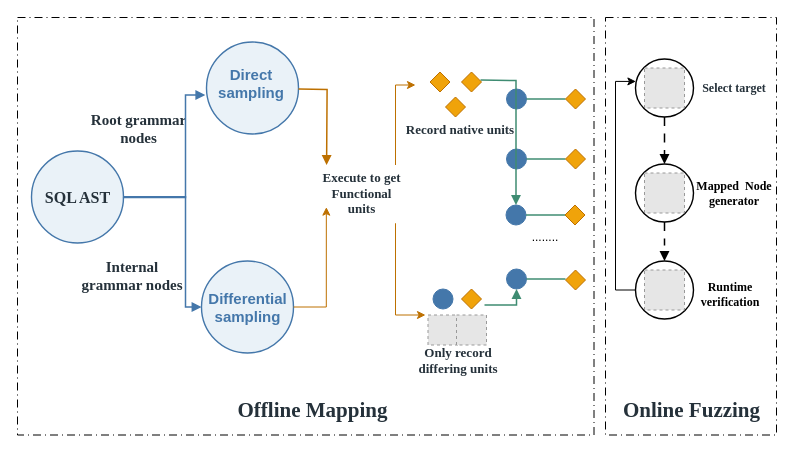
The draw.io diagram overview.drawio in V3rdantWhisper/drawio, before the edit. Source tidied: cells renumbered, new cells numbered last; positions are measured from the earlier drawing's top-left corner, leaving out a move shared by most shapes. Both pictures are drawn from the tidied source at 100%, with x=0, y=0 at pixel (17, 17). Pictures stored in the file or linked from it are replaced by grey dashed boxes.
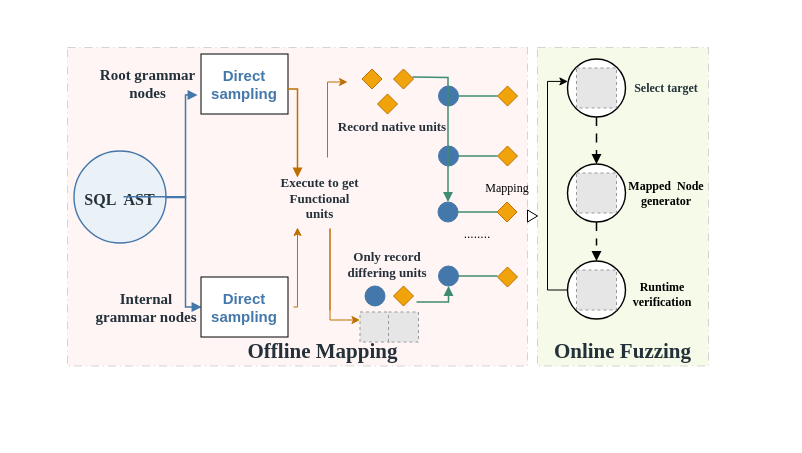
After the change.

Diff of the diagram source:
```diff
@@
+    <mxCell id="3" style="rounded=0;whiteSpace=wrap;html=1;dashed=1;dashPattern=8 4 1 4;opacity=20;fillColor=#ffcccc;strokeColor=#36393d;" parent="1" vertex="1">
+      <mxGeometry x="50" y="30" width="460" height="318.5" as="geometry" />
+    </mxCell>
+    <mxCell id="59" style="rounded=0;whiteSpace=wrap;html=1;" parent="1" vertex="1">
+      <mxGeometry x="183.5" y="36.5" width="87" height="60" as="geometry" />
+    </mxCell>
-    <mxCell id="2" style="rounded=0;whiteSpace=wrap;html=1;fillColor=none;dashed=1;dashPattern=8 4 1 4;" parent="1" vertex="1">
-      <mxGeometry x="588" width="171" height="417.5" as="geometry" />
+    <mxCell id="2" style="rounded=0;whiteSpace=wrap;html=1;fillColor=#cdeb8b;dashed=1;dashPattern=8 4 1 4;strokeColor=#36393d;opacity=20;" parent="1" vertex="1">
+      <mxGeometry x="520" y="30" width="171" height="318.5" as="geometry" />
     </mxCell>
-    <mxCell id="3" style="rounded=0;whiteSpace=wrap;html=1;fillColor=none;dashed=1;dashPattern=8 4 1 4;" parent="1" vertex="1">
-      <mxGeometry width="576.5" height="417.5" as="geometry" />
-    </mxCell>
     <mxCell id="4" style="ellipse;whiteSpace=wrap;html=1;strokeColor=#4477AA;fillColor=#EAF2F8;strokeWidth=1.4;" parent="1" vertex="1">
-      <mxGeometry x="14" y="133.5" width="92" height="92" as="geometry" />
+      <mxGeometry x="56.5" y="133.5" width="92" height="92" as="geometry" />
     </mxCell>
-    <mxCell id="5" value="&lt;font face=&quot;Times New Roman&quot;&gt;SQL AST&lt;/font&gt;" style="text;html=1;strokeColor=none;fillColor=none;align=center;verticalAlign=middle;whiteSpace=wrap;rounded=0;fontFamily=Helvetica;fontSize=16;fontColor=#25313A;fontStyle=1;" parent="1" vertex="1">
-      <mxGeometry x="19.5" y="163.5" width="81" height="32" as="geometry" />
+    <mxCell id="5" value="&lt;font face=&quot;Times New Roman&quot;&gt;SQL&amp;nbsp; AST&lt;/font&gt;" style="text;html=1;strokeColor=none;fillColor=none;align=center;verticalAlign=middle;whiteSpace=wrap;rounded=0;fontFamily=Helvetica;fontSize=16;fontColor=#25313A;fontStyle=1;" parent="1" vertex="1">
+      <mxGeometry x="62" y="165.5" width="81" height="32" as="geometry" />
     </mxCell>
     <mxCell id="6" value="&lt;font face=&quot;Times New Roman&quot;&gt;Internal grammar nodes&lt;/font&gt;" style="text;html=1;strokeColor=none;fillColor=none;align=center;verticalAlign=middle;whiteSpace=wrap;rounded=0;fontFamily=Helvetica;fontSize=15;fontColor=#25313A;fontStyle=1;" parent="1" vertex="1">
-      <mxGeometry x="59.5" y="243.5" width="109.5" height="28" as="geometry" />
+      <mxGeometry x="74" y="275.5" width="109.5" height="28" as="geometry" />
     </mxCell>
     <mxCell id="7" value="&lt;font face=&quot;Times New Roman&quot;&gt;Execute to get Functional units&lt;/font&gt;" style="text;html=1;strokeColor=none;fillColor=none;align=center;verticalAlign=middle;whiteSpace=wrap;rounded=0;fontFamily=Helvetica;fontSize=13;fontColor=#25313A;fontStyle=1;" parent="1" vertex="1">
-      <mxGeometry x="303.5" y="160.5" width="81" height="30" as="geometry" />
+      <mxGeometry x="261.5" y="165.5" width="81" height="30" as="geometry" />
     </mxCell>
     <mxCell id="8" value="Record native units" style="text;html=1;strokeColor=none;fillColor=none;align=center;verticalAlign=middle;whiteSpace=wrap;rounded=0;fontFamily=Times New Roman;fontSize=13;fontColor=#25313A;fontStyle=1;" parent="1" vertex="1">
-      <mxGeometry x="383" y="96.5" width="120" height="30" as="geometry" />
+      <mxGeometry x="315" y="93.5" width="120" height="30" as="geometry" />
     </mxCell>
     <mxCell id="9" value="Only record differing units" style="text;html=1;strokeColor=none;fillColor=none;align=center;verticalAlign=middle;whiteSpace=wrap;rounded=0;fontFamily=Times New Roman;fontSize=13;fontColor=#25313A;fontStyle=1;" parent="1" vertex="1">
-      <mxGeometry x="391" y="327.5" width="100" height="30" as="geometry" />
+      <mxGeometry x="320" y="231.5" width="100" height="30" as="geometry" />
     </mxCell>
     <mxCell id="10" style="ellipse;whiteSpace=wrap;html=1;strokeColor=#4477AA;fillColor=#4477AA;" parent="1" vertex="1">
-      <mxGeometry x="489" y="71.5" width="20" height="20" as="geometry" />
+      <mxGeometry x="421" y="68.5" width="20" height="20" as="geometry" />
     </mxCell>
     <mxCell id="11" style="ellipse;whiteSpace=wrap;html=1;strokeColor=#4477AA;fillColor=#4477AA;" parent="1" vertex="1">
-      <mxGeometry x="489" y="131.5" width="20" height="20" as="geometry" />
+      <mxGeometry x="421" y="128.5" width="20" height="20" as="geometry" />
     </mxCell>
     <mxCell id="12" style="ellipse;whiteSpace=wrap;html=1;strokeColor=#4477AA;fillColor=#4477AA;" parent="1" vertex="1">
-      <mxGeometry x="488.5" y="187.5" width="20" height="20" as="geometry" />
+      <mxGeometry x="420.5" y="184.5" width="20" height="20" as="geometry" />
     </mxCell>
     <mxCell id="13" style="ellipse;whiteSpace=wrap;html=1;strokeColor=#4477AA;fillColor=#4477AA;" parent="1" vertex="1">
-      <mxGeometry x="489" y="251.5" width="20" height="20" as="geometry" />
+      <mxGeometry x="421" y="248.5" width="20" height="20" as="geometry" />
     </mxCell>
     <mxCell id="14" style="edgeStyle=orthogonalEdgeStyle;rounded=0;jettySize=auto;html=1;strokeWidth=1.5;strokeColor=#3F8C72;endArrow=none;endFill=1;" parent="1" edge="1" source="10">
       <mxGeometry relative="1" as="geometry">
-        <mxPoint x="548" y="81.5" as="targetPoint" />
+        <mxPoint x="480" y="78.5" as="targetPoint" />
       </mxGeometry>
     </mxCell>
     <mxCell id="15" style="edgeStyle=orthogonalEdgeStyle;rounded=0;jettySize=auto;html=1;strokeWidth=1.5;strokeColor=#3F8C72;endArrow=none;endFill=1;" parent="1" edge="1" source="13">
       <mxGeometry relative="1" as="geometry">
-        <mxPoint x="548" y="261.5" as="targetPoint" />
+        <mxPoint x="480" y="258.5" as="targetPoint" />
       </mxGeometry>
     </mxCell>
     <mxCell id="16" style="ellipse;whiteSpace=wrap;html=1;strokeWidth=1.4;" parent="1" vertex="1">
-      <mxGeometry x="618" y="41.5" width="58" height="58" as="geometry" />
+      <mxGeometry x="550" y="41.5" width="58" height="58" as="geometry" />
     </mxCell>
     <mxCell id="17" style="fillColor=#E6E6E6;strokeColor=#999999;dashed=1;verticalLabelPosition=bottom;verticalAlign=top;" parent="1" vertex="1">
-      <mxGeometry x="627" y="50.5" width="40" height="40" as="geometry" />
+      <mxGeometry x="559" y="50.5" width="40" height="40" as="geometry" />
     </mxCell>
     <mxCell id="18" style="ellipse;whiteSpace=wrap;html=1;strokeWidth=1.4;" parent="1" vertex="1">
-      <mxGeometry x="618" y="146.5" width="58" height="58" as="geometry" />
+      <mxGeometry x="550" y="146.5" width="58" height="58" as="geometry" />
     </mxCell>
     <mxCell id="19" style="fillColor=#E6E6E6;strokeColor=#999999;dashed=1;verticalLabelPosition=bottom;verticalAlign=top;" parent="1" vertex="1">
-      <mxGeometry x="627" y="155.5" width="40" height="40" as="geometry" />
+      <mxGeometry x="559" y="155.5" width="40" height="40" as="geometry" />
     </mxCell>
     <mxCell id="20" style="ellipse;whiteSpace=wrap;html=1;strokeWidth=1.4;" parent="1" vertex="1">
-      <mxGeometry x="618" y="243.5" width="58" height="58" as="geometry" />
+      <mxGeometry x="550" y="243.5" width="58" height="58" as="geometry" />
     </mxCell>
     <mxCell id="21" style="fillColor=#E6E6E6;strokeColor=#999999;dashed=1;verticalLabelPosition=bottom;verticalAlign=top;" parent="1" vertex="1">
-      <mxGeometry x="627" y="252.5" width="40" height="40" as="geometry" />
+      <mxGeometry x="559" y="252.5" width="40" height="40" as="geometry" />
     </mxCell>
     <mxCell id="22" value="&lt;font face=&quot;Times New Roman&quot;&gt;Select target&lt;/font&gt;" style="text;html=1;strokeColor=none;fillColor=none;align=center;verticalAlign=middle;whiteSpace=wrap;rounded=0;fontFamily=Helvetica;fontSize=12;fontColor=#25313A;fontStyle=1;" parent="1" vertex="1">
-      <mxGeometry x="667" y="58" width="100" height="25" as="geometry" />
+      <mxGeometry x="599" y="58" width="100" height="25" as="geometry" />
     </mxCell>
     <mxCell id="23" value="&lt;font face=&quot;Times New Roman&quot;&gt;Mapped&amp;nbsp; Node&lt;/font&gt;&lt;div&gt;&lt;font face=&quot;Times New Roman&quot;&gt;generator&lt;/font&gt;&lt;/div&gt;" style="text;html=1;align=center;verticalAlign=middle;whiteSpace=wrap;rounded=0;fontFamily=Helvetica;fontSize=12;fontStyle=1;" parent="1" vertex="1">
-      <mxGeometry x="667" y="163" width="100" height="25" as="geometry" />
+      <mxGeometry x="599" y="163" width="100" height="25" as="geometry" />
     </mxCell>
     <mxCell id="24" value="Runtime verification" style="text;html=1;align=center;verticalAlign=middle;whiteSpace=wrap;rounded=0;fontFamily=Times New Roman;fontSize=12;fontStyle=1;" parent="1" vertex="1">
-      <mxGeometry x="667" y="264.5" width="92" height="25" as="geometry" />
+      <mxGeometry x="599" y="264.5" width="92" height="25" as="geometry" />
     </mxCell>
     <mxCell id="25" style="edgeStyle=orthogonalEdgeStyle;rounded=0;jettySize=auto;html=1;strokeWidth=1.5;strokeColor=#3F8C72;endArrow=block;endFill=1;entryX=0.5;entryY=0;entryDx=0;entryDy=0;" parent="1" edge="1" target="12">
       <mxGeometry relative="1" as="geometry">
-        <mxPoint x="463" y="62.5" as="sourcePoint" />
+        <mxPoint x="395" y="59.5" as="sourcePoint" />
       </mxGeometry>
     </mxCell>
@@
     <mxCell id="28" style="edgeStyle=orthogonalEdgeStyle;rounded=0;orthogonalLoop=1;jettySize=auto;html=1;strokeWidth=1.5;strokeColor=#3F8C72;endArrow=none;endFill=1;" parent="1" edge="1">
       <mxGeometry relative="1" as="geometry">
-        <mxPoint x="509" y="141.5" as="sourcePoint" />
-        <mxPoint x="548" y="141.5" as="targetPoint" />
+        <mxPoint x="441" y="138.5" as="sourcePoint" />
+        <mxPoint x="480" y="138.5" as="targetPoint" />
       </mxGeometry>
     </mxCell>
     <mxCell id="29" style="edgeStyle=orthogonalEdgeStyle;rounded=0;orthogonalLoop=1;jettySize=auto;html=1;strokeWidth=1.5;strokeColor=#3F8C72;endArrow=none;endFill=1;" parent="1" edge="1">
       <mxGeometry relative="1" as="geometry">
-        <mxPoint x="508.5" y="197.5" as="sourcePoint" />
-        <mxPoint x="547.5" y="197.5" as="targetPoint" />
+        <mxPoint x="440.5" y="194.5" as="sourcePoint" />
+        <mxPoint x="479.5" y="194.5" as="targetPoint" />
       </mxGeometry>
     </mxCell>
     <mxCell id="30" value="........" style="text;html=1;whiteSpace=wrap;strokeColor=none;fillColor=none;align=center;verticalAlign=middle;rounded=0;" parent="1" vertex="1">
-      <mxGeometry x="498" y="204.5" width="60" height="30" as="geometry" />
+      <mxGeometry x="430" y="201.5" width="60" height="30" as="geometry" />
     </mxCell>
     <mxCell id="31" value="&lt;font style=&quot;font-size: 21px;&quot;&gt;Online Fuzzing&lt;/font&gt;" style="text;html=1;strokeColor=none;fillColor=none;align=center;verticalAlign=middle;whiteSpace=wrap;rounded=0;fontFamily=Times New Roman;fontSize=13;fontColor=#25313A;fontStyle=1;" parent="1" vertex="1">
-      <mxGeometry x="599.5" y="377.5" width="149" height="30" as="geometry" />
+      <mxGeometry x="531" y="318.5" width="149" height="30" as="geometry" />
     </mxCell>
     <mxCell id="32" value="&lt;font style=&quot;font-size: 21px;&quot;&gt;Offline Mapping&lt;/font&gt;" style="text;html=1;strokeColor=none;fillColor=none;align=center;verticalAlign=middle;whiteSpace=wrap;rounded=0;fontFamily=Times New Roman;fontSize=13;fontColor=#25313A;fontStyle=1;" parent="1" vertex="1">
-      <mxGeometry x="200.8" y="377.5" width="189" height="30" as="geometry" />
+      <mxGeometry x="211" y="318.5" width="189" height="30" as="geometry" />
     </mxCell>
-    <mxCell id="33" style="ellipse;whiteSpace=wrap;html=1;strokeColor=#4477AA;fillColor=#EAF2F8;strokeWidth=1.4;" parent="1" vertex="1">
-      <mxGeometry x="189" y="24.5" width="92" height="92" as="geometry" />
-    </mxCell>
     <mxCell id="34" value="&lt;font face=&quot;Times New Roman&quot;&gt;Root grammar nodes&lt;/font&gt;" style="text;html=1;strokeColor=none;fillColor=none;align=center;verticalAlign=middle;whiteSpace=wrap;rounded=0;fontFamily=Helvetica;fontSize=15;fontColor=#25313A;fontStyle=1;" parent="1" vertex="1">
-      <mxGeometry x="54" y="96.5" width="135" height="28" as="geometry" />
+      <mxGeometry x="63" y="51.5" width="135" height="28" as="geometry" />
     </mxCell>
-    <mxCell id="35" style="ellipse;whiteSpace=wrap;html=1;strokeColor=#4477AA;fillColor=#EAF2F8;strokeWidth=1.4;" parent="1" vertex="1">
-      <mxGeometry x="184" y="243.5" width="92" height="92" as="geometry" />
-    </mxCell>
     <mxCell id="36" style="rhombus;whiteSpace=wrap;html=1;shapeInside=1;fillColor=#f0a30a;fontColor=#000000;strokeColor=#BD7000;" parent="1" vertex="1">
-      <mxGeometry x="428" y="79.5" width="20" height="20" as="geometry" />
+      <mxGeometry x="360" y="76.5" width="20" height="20" as="geometry" />
     </mxCell>
     <mxCell id="37" style="rhombus;whiteSpace=wrap;html=1;shapeInside=1;fillColor=#f0a30a;fontColor=#000000;strokeColor=#BD7000;" parent="1" vertex="1">
-      <mxGeometry x="412.5" y="54.5" width="20" height="20" as="geometry" />
+      <mxGeometry x="344.5" y="51.5" width="20" height="20" as="geometry" />
     </mxCell>
     <mxCell id="38" style="rhombus;whiteSpace=wrap;html=1;shapeInside=1;fillColor=#f0a30a;fontColor=#000000;strokeColor=#BD7000;" parent="1" vertex="1">
-      <mxGeometry x="444" y="54.5" width="20" height="20" as="geometry" />
+      <mxGeometry x="376" y="51.5" width="20" height="20" as="geometry" />
     </mxCell>
     <mxCell id="39" style="rhombus;whiteSpace=wrap;html=1;shapeInside=1;fillColor=#f0a30a;fontColor=#000000;strokeColor=#BD7000;" parent="1" vertex="1">
-      <mxGeometry x="548" y="71.5" width="20" height="20" as="geometry" />
+      <mxGeometry x="480" y="68.5" width="20" height="20" as="geometry" />
     </mxCell>
     <mxCell id="40" style="rhombus;whiteSpace=wrap;html=1;shapeInside=1;fillColor=#f0a30a;fontColor=#000000;strokeColor=#BD7000;" parent="1" vertex="1">
-      <mxGeometry x="548" y="131.5" width="20" height="20" as="geometry" />
+      <mxGeometry x="480" y="128.5" width="20" height="20" as="geometry" />
     </mxCell>
     <mxCell id="41" style="rhombus;whiteSpace=wrap;html=1;shapeInside=1;fillColor=#f0a30a;fontColor=#000000;strokeColor=#BD7000;" parent="1" vertex="1">
-      <mxGeometry x="444" y="302.5" width="20" height="20" as="geometry" />
+      <mxGeometry x="376" y="299.5" width="20" height="20" as="geometry" />
     </mxCell>
     <mxCell id="42" style="rhombus;whiteSpace=wrap;html=1;shapeInside=1;fillColor=#f0a30a;fontColor=#000000;strokeColor=#BD7000;" parent="1" vertex="1">
-      <mxGeometry x="444" y="271.5" width="20" height="20" as="geometry" />
+      <mxGeometry x="376" y="268.5" width="20" height="20" as="geometry" />
     </mxCell>
     <mxCell id="43" style="ellipse;whiteSpace=wrap;html=1;strokeColor=#4477AA;fillColor=#4477AA;" parent="1" vertex="1">
-      <mxGeometry x="415.5" y="271.5" width="20" height="20" as="geometry" />
+      <mxGeometry x="347.5" y="268.5" width="20" height="20" as="geometry" />
     </mxCell>
     <mxCell id="44" style="edgeStyle=orthogonalEdgeStyle;rounded=0;jettySize=auto;html=1;strokeWidth=1.5;strokeColor=#3F8C72;endArrow=block;endFill=1;entryX=0.5;entryY=1;entryDx=0;entryDy=0;" parent="1" edge="1" target="13">
       <mxGeometry relative="1" as="geometry">
-        <mxPoint x="467" y="287.5" as="sourcePoint" />
+        <mxPoint x="399" y="284.5" as="sourcePoint" />
       </mxGeometry>
     </mxCell>
     <mxCell id="45" style="rhombus;whiteSpace=wrap;html=1;shapeInside=1;fillColor=#f0a30a;fontColor=#000000;strokeColor=#BD7000;" parent="1" vertex="1">
-      <mxGeometry x="547.5" y="187.5" width="20" height="20" as="geometry" />
+      <mxGeometry x="479.5" y="184.5" width="20" height="20" as="geometry" />
     </mxCell>
     <mxCell id="46" style="rhombus;whiteSpace=wrap;html=1;shapeInside=1;fillColor=#f0a30a;fontColor=#000000;strokeColor=#BD7000;" parent="1" vertex="1">
-      <mxGeometry x="548" y="252.5" width="20" height="20" as="geometry" />
+      <mxGeometry x="480" y="249.5" width="20" height="20" as="geometry" />
     </mxCell>
     <mxCell id="47" style="edgeStyle=orthogonalEdgeStyle;rounded=0;jettySize=auto;html=1;entryX=0.007;entryY=0.387;entryDx=0;entryDy=0;entryPerimeter=0;exitX=0;exitY=0.5;exitDx=0;exitDy=0;dashPattern=8 8;" parent="1" edge="1" source="20" target="16">
       <mxGeometry relative="1" as="geometry">
         <Array as="points">
-          <mxPoint x="618" y="272.5" />
-          <mxPoint x="598" y="272.5" />
-          <mxPoint x="598" y="63.9" />
+          <mxPoint x="550" y="272.5" />
+          <mxPoint x="530" y="272.5" />
+          <mxPoint x="530" y="63.9" />
         </Array>
       </mxGeometry>
     </mxCell>
     <mxCell id="48" style="ellipse;whiteSpace=wrap;html=1;strokeColor=#4477AA;fillColor=#4477AA;" parent="1" vertex="1">
-      <mxGeometry x="415.5" y="301.5" width="20" height="20" as="geometry" />
+      <mxGeometry x="347.5" y="298.5" width="20" height="20" as="geometry" />
     </mxCell>
     <mxCell id="49" style="fillColor=#E6E6E6;strokeColor=#999999;dashed=1;verticalLabelPosition=bottom;labelBackgroundColor=default;verticalAlign=top;" parent="1" vertex="1">
-      <mxGeometry x="410.5" y="297.5" width="30" height="30" as="geometry" />
+      <mxGeometry x="342.5" y="294.5" width="30" height="30" as="geometry" />
     </mxCell>
     <mxCell id="50" style="fillColor=#E6E6E6;strokeColor=#999999;dashed=1;verticalLabelPosition=bottom;labelBackgroundColor=default;verticalAlign=top;" parent="1" vertex="1">
-      <mxGeometry x="439" y="297.5" width="30" height="30" as="geometry" />
+      <mxGeometry x="371" y="294.5" width="30" height="30" as="geometry" />
     </mxCell>
     <mxCell id="51" value="Direct sampling" style="text;html=1;strokeColor=none;fillColor=none;align=center;verticalAlign=middle;whiteSpace=wrap;rounded=0;fontFamily=Helvetica;fontSize=15;fontColor=#4477AA;fontStyle=1;" parent="1" vertex="1">
-      <mxGeometry x="183.5" y="50.5" width="100" height="30" as="geometry" />
+      <mxGeometry x="198" y="51.5" width="58" height="30" as="geometry" />
     </mxCell>
-    <mxCell id="52" value="Differential sampling" style="text;html=1;strokeColor=none;fillColor=none;align=center;verticalAlign=middle;whiteSpace=wrap;rounded=0;fontFamily=Helvetica;fontSize=15;fontColor=#4477AA;fontStyle=1;" parent="1" vertex="1">
-      <mxGeometry x="189.5" y="274.5" width="81" height="30" as="geometry" />
-    </mxCell>
     <mxCell id="53" style="edgeStyle=orthogonalEdgeStyle;rounded=0;orthogonalLoop=1;jettySize=auto;html=1;strokeWidth=1.5;strokeColor=#BD7000;endArrow=block;endFill=1;fillColor=#f0a30a;" parent="1" edge="1">
       <mxGeometry relative="1" as="geometry">
-        <mxPoint x="281" y="71.5" as="sourcePoint" />
-        <mxPoint x="309.1" y="147.5" as="targetPoint" />
+        <mxPoint x="270.5" y="71.5" as="sourcePoint" />
+        <mxPoint x="280" y="160" as="targetPoint" />
+        <Array as="points">
+          <mxPoint x="280" y="71.5" />
+        </Array>
       </mxGeometry>
     </mxCell>
-    <mxCell id="54" style="edgeStyle=orthogonalEdgeStyle;rounded=0;jettySize=auto;html=1;strokeWidth=1.5;strokeColor=#4477AA;endArrow=block;endFill=1;entryX=0;entryY=0.5;entryDx=0;entryDy=0;" parent="1" edge="1" target="35">
+    <mxCell id="54" style="edgeStyle=orthogonalEdgeStyle;rounded=0;orthogonalLoop=1;jettySize=auto;html=1;strokeWidth=1.5;strokeColor=#4477AA;endArrow=block;endFill=1;entryX=0;entryY=0.5;entryDx=0;entryDy=0;" parent="1" edge="1">
       <mxGeometry relative="1" as="geometry">
         <mxPoint x="106" y="179.2" as="sourcePoint" />
+        <mxPoint x="184" y="289.5" as="targetPoint" />
         <Array as="points">
           <mxPoint x="168" y="179.2" />
           <mxPoint x="168" y="289.5" />
         </Array>
       </mxGeometry>
     </mxCell>
-    <mxCell id="55" style="edgeStyle=orthogonalEdgeStyle;rounded=0;jettySize=auto;html=1;strokeWidth=1.5;strokeColor=#4477AA;endArrow=block;endFill=1;exitX=0.993;exitY=0.505;exitDx=0;exitDy=0;exitPerimeter=0;entryX=0.043;entryY=0.9;entryDx=0;entryDy=0;entryPerimeter=0;" parent="1" edge="1" source="4" target="51">
+    <mxCell id="55" style="edgeStyle=orthogonalEdgeStyle;rounded=0;jettySize=auto;html=1;strokeWidth=1.5;strokeColor=#4477AA;endArrow=block;endFill=1;exitX=0.993;exitY=0.505;exitDx=0;exitDy=0;exitPerimeter=0;" parent="1" edge="1" source="4">
       <mxGeometry relative="1" as="geometry">
+        <mxPoint x="180" y="77.5" as="targetPoint" />
         <Array as="points">
           <mxPoint x="168" y="180" />
           <mxPoint x="168" y="77.5" />
         </Array>
       </mxGeometry>
     </mxCell>
-    <mxCell id="56" style="edgeStyle=orthogonalEdgeStyle;rounded=0;jettySize=auto;html=1;exitX=1;exitY=0.5;exitDx=0;exitDy=0;entryX=0.066;entryY=0.972;entryDx=0;entryDy=0;entryPerimeter=0;fillColor=#f0a30a;strokeColor=#BD7000;" parent="1" edge="1" source="35" target="7">
-      <mxGeometry relative="1" as="geometry" />
+    <mxCell id="56" style="edgeStyle=orthogonalEdgeStyle;rounded=0;orthogonalLoop=1;jettySize=auto;html=1;exitX=1;exitY=0.5;exitDx=0;exitDy=0;fillColor=#f0a30a;strokeColor=#BD7000;" parent="1" edge="1">
+      <mxGeometry relative="1" as="geometry">
+        <mxPoint x="276" y="289.5" as="sourcePoint" />
+        <mxPoint x="280" y="210" as="targetPoint" />
+        <Array as="points">
+          <mxPoint x="280" y="289.5" />
+        </Array>
+      </mxGeometry>
     </mxCell>
     <mxCell id="57" style="edgeStyle=orthogonalEdgeStyle;rounded=0;orthogonalLoop=1;jettySize=auto;html=1;fillColor=#f0a30a;strokeColor=#BD7000;" parent="1" edge="1">
       <mxGeometry relative="1" as="geometry">
-        <mxPoint x="378" y="147.5" as="sourcePoint" />
-        <mxPoint x="398" y="67.5" as="targetPoint" />
+        <mxPoint x="310" y="140" as="sourcePoint" />
+        <mxPoint x="330" y="64.5" as="targetPoint" />
         <Array as="points">
-          <mxPoint x="378" y="87.5" />
-          <mxPoint x="378" y="87.5" />
+          <mxPoint x="310" y="84.5" />
+          <mxPoint x="310" y="84.5" />
         </Array>
       </mxGeometry>
     </mxCell>
     <mxCell id="58" style="edgeStyle=orthogonalEdgeStyle;rounded=0;orthogonalLoop=1;jettySize=auto;html=1;fillColor=#f0a30a;strokeColor=#BD7000;" parent="1" edge="1">
       <mxGeometry relative="1" as="geometry">
-        <mxPoint x="378" y="288" as="sourcePoint" />
-        <mxPoint x="408" y="297.5" as="targetPoint" />
+        <mxPoint x="312.5" y="293" as="sourcePoint" />
+        <mxPoint x="342.5" y="302.5" as="targetPoint" />
         <Array as="points">
-          <mxPoint x="378" y="206" />
-          <mxPoint x="378" y="206" />
+          <mxPoint x="312.5" y="211" />
+          <mxPoint x="312.5" y="211" />
         </Array>
       </mxGeometry>
     </mxCell>
+    <mxCell id="60" style="rounded=0;whiteSpace=wrap;html=1;" parent="1" vertex="1">
+      <mxGeometry x="183.5" y="259.5" width="87" height="60" as="geometry" />
+    </mxCell>
+    <mxCell id="61" value="Direct sampling" style="text;html=1;strokeColor=none;fillColor=none;align=center;verticalAlign=middle;whiteSpace=wrap;rounded=0;fontFamily=Helvetica;fontSize=15;fontColor=#4477AA;fontStyle=1;" parent="1" vertex="1">
+      <mxGeometry x="198" y="274.5" width="58" height="30" as="geometry" />
+    </mxCell>
+    <mxCell id="62" style="triangle;whiteSpace=wrap;html=1;shapeInside=1;" parent="1" vertex="1">
+      <mxGeometry x="510" y="192.5" width="10" height="12" as="geometry" />
+    </mxCell>
+    <mxCell id="63" value="&lt;font face=&quot;Times New Roman&quot;&gt;Mapping&lt;/font&gt;" style="text;html=1;whiteSpace=wrap;strokeColor=none;fillColor=none;align=center;verticalAlign=middle;rounded=0;" parent="1" vertex="1">
+      <mxGeometry x="459.5" y="156" width="60" height="30" as="geometry" />
+    </mxCell>
```
